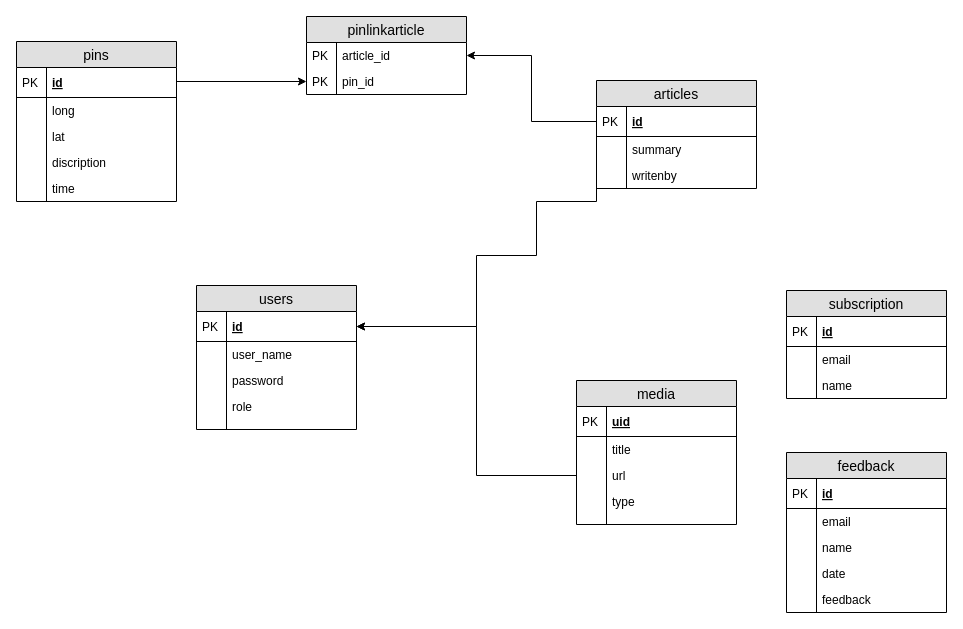
Before: documentation/databaseDiagram.drawio in CurtisPreston99/TuriteaWebResources, a draw.io diagram. Source tidied: cells renumbered, new cells numbered last; positions are measured from the earlier drawing's top-left corner, leaving out a move shared by most shapes. Both pictures are drawn from the tidied source at 100%, with x=0, y=0 at pixel (16, 16).
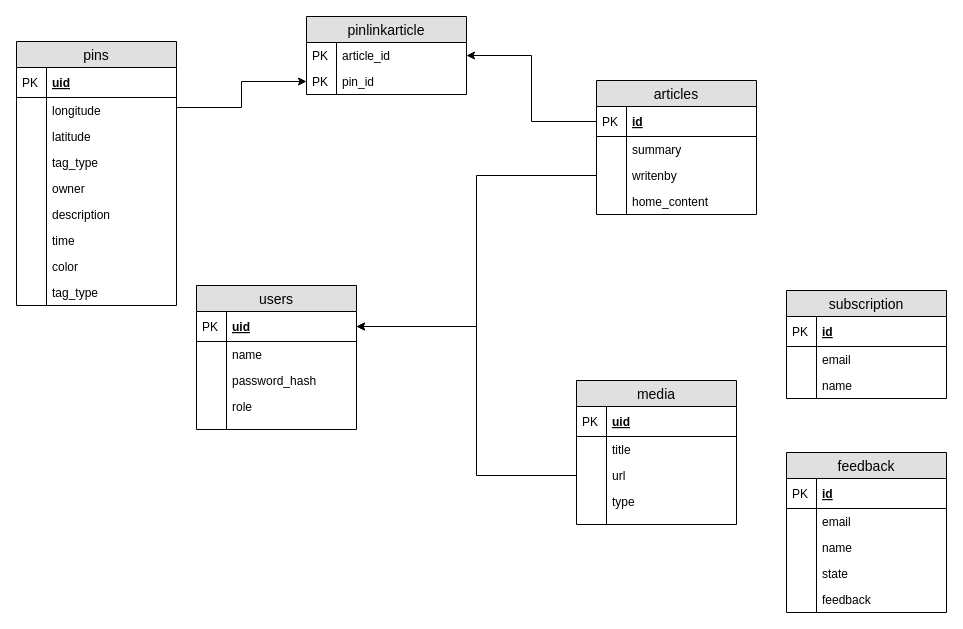
After the change.

Commit message (it also covers changes not shown here):
updated database diagram, adding naturalist data

The change refers to these unchanged cells:
```xml
<mxCell id="7" value="writenby" style="shape=partialRectangle;top=0;left=0;right=0;bottom=0;align=left;verticalAlign=top;fillColor=none;spacingLeft=34;spacingRight=4;overflow=hidden;points=[[0,0.5],[1,0.5]];portConstraint=eastwest;fontSize=12;" parent="2" vertex="1">
  <mxGeometry y="82" width="160" height="26" as="geometry" />
</mxCell>
<mxCell id="21" value="users" style="swimlane;fontStyle=0;horizontal=1;startSize=26;fillColor=#e0e0e0;swimlaneFillColor=#ffffff;align=center;fontSize=14;" parent="1" vertex="1">
  <mxGeometry x="180" y="269" width="160" height="144" as="geometry" />
</mxCell>
<mxCell id="52" value="feedback" style="swimlane;fontStyle=0;horizontal=1;startSize=26;fillColor=#e0e0e0;swimlaneFillColor=#ffffff;align=center;fontSize=14;" parent="1" vertex="1">
  <mxGeometry x="770" y="436" width="160" height="160" as="geometry" />
</mxCell>
```

Diff of the diagram source:
```diff
@@
     <mxCell id="2" value="articles" style="swimlane;fontStyle=0;horizontal=1;startSize=26;fillColor=#e0e0e0;swimlaneFillColor=#ffffff;align=center;fontSize=14;" parent="1" vertex="1">
-      <mxGeometry x="580" y="64" width="160" height="108" as="geometry" />
+      <mxGeometry x="580" y="64" width="160" height="134" as="geometry" />
     </mxCell>
@@
+    <mxCell id="69" value="home_content" style="shape=partialRectangle;top=0;left=0;right=0;bottom=0;align=left;verticalAlign=top;fillColor=none;spacingLeft=34;spacingRight=4;overflow=hidden;fontSize=12;" parent="2" vertex="1">
+      <mxGeometry y="108" width="160" height="26" as="geometry" />
+    </mxCell>
+    <mxCell id="70" style="shape=partialRectangle;top=0;left=0;bottom=0;fillColor=none;align=left;verticalAlign=top;spacingLeft=4;spacingRight=4;overflow=hidden;fontSize=12;" parent="69" vertex="1">
+      <mxGeometry width="30" height="26" as="geometry" />
+    </mxCell>
@@
     <mxCell id="10" value="pins" style="swimlane;fontStyle=0;horizontal=1;startSize=26;fillColor=#e0e0e0;swimlaneFillColor=#ffffff;align=center;fontSize=14;" parent="1" vertex="1">
-      <mxGeometry y="25" width="160" height="160" as="geometry" />
+      <mxGeometry y="25" width="160" height="264" as="geometry" />
     </mxCell>
-    <mxCell id="11" value="id" style="shape=partialRectangle;top=0;left=0;right=0;bottom=1;align=left;verticalAlign=middle;fillColor=none;spacingLeft=34;spacingRight=4;overflow=hidden;fontStyle=5;fontSize=12;" parent="10" vertex="1">
+    <mxCell id="11" value="uid" style="shape=partialRectangle;top=0;left=0;right=0;bottom=1;align=left;verticalAlign=middle;fillColor=none;spacingLeft=34;spacingRight=4;overflow=hidden;fontStyle=5;fontSize=12;" parent="10" vertex="1">
       <mxGeometry y="26" width="160" height="30" as="geometry" />
     </mxCell>
@@
-    <mxCell id="13" value="long" style="shape=partialRectangle;top=0;left=0;right=0;bottom=0;align=left;verticalAlign=top;fillColor=none;spacingLeft=34;spacingRight=4;overflow=hidden;fontSize=12;" parent="10" vertex="1">
+    <mxCell id="13" value="longitude" style="shape=partialRectangle;top=0;left=0;right=0;bottom=0;align=left;verticalAlign=top;fillColor=none;spacingLeft=34;spacingRight=4;overflow=hidden;fontSize=12;" parent="10" vertex="1">
       <mxGeometry y="56" width="160" height="26" as="geometry" />
     </mxCell>
@@
-    <mxCell id="15" value="lat" style="shape=partialRectangle;top=0;left=0;right=0;bottom=0;align=left;verticalAlign=top;fillColor=none;spacingLeft=34;spacingRight=4;overflow=hidden;fontSize=12;" parent="10" vertex="1">
+    <mxCell id="15" value="latitude" style="shape=partialRectangle;top=0;left=0;right=0;bottom=0;align=left;verticalAlign=top;fillColor=none;spacingLeft=34;spacingRight=4;overflow=hidden;fontSize=12;" parent="10" vertex="1">
       <mxGeometry y="82" width="160" height="26" as="geometry" />
     </mxCell>
@@
+    <mxCell id="71" value="tag_type" style="shape=partialRectangle;top=0;left=0;right=0;bottom=0;align=left;verticalAlign=top;fillColor=none;spacingLeft=34;spacingRight=4;overflow=hidden;fontSize=12;" parent="10" vertex="1">
+      <mxGeometry y="108" width="160" height="26" as="geometry" />
+    </mxCell>
+    <mxCell id="72" style="shape=partialRectangle;top=0;left=0;bottom=0;fillColor=none;align=left;verticalAlign=top;spacingLeft=4;spacingRight=4;overflow=hidden;fontSize=12;" parent="71" vertex="1">
+      <mxGeometry width="30" height="26" as="geometry" />
+    </mxCell>
+    <mxCell id="73" value="owner" style="shape=partialRectangle;top=0;left=0;right=0;bottom=0;align=left;verticalAlign=top;fillColor=none;spacingLeft=34;spacingRight=4;overflow=hidden;fontSize=12;" parent="10" vertex="1">
+      <mxGeometry y="134" width="160" height="26" as="geometry" />
+    </mxCell>
+    <mxCell id="74" style="shape=partialRectangle;top=0;left=0;bottom=0;fillColor=none;align=left;verticalAlign=top;spacingLeft=4;spacingRight=4;overflow=hidden;fontSize=12;" parent="73" vertex="1">
+      <mxGeometry width="30" height="26" as="geometry" />
+    </mxCell>
-    <mxCell id="17" value="discription" style="shape=partialRectangle;top=0;left=0;right=0;bottom=0;align=left;verticalAlign=top;fillColor=none;spacingLeft=34;spacingRight=4;overflow=hidden;fontSize=12;" parent="10" vertex="1">
-      <mxGeometry y="108" width="160" height="26" as="geometry" />
+    <mxCell id="17" value="description" style="shape=partialRectangle;top=0;left=0;right=0;bottom=0;align=left;verticalAlign=top;fillColor=none;spacingLeft=34;spacingRight=4;overflow=hidden;fontSize=12;" parent="10" vertex="1">
+      <mxGeometry y="160" width="160" height="26" as="geometry" />
     </mxCell>
@@
     <mxCell id="19" value="time" style="shape=partialRectangle;top=0;left=0;right=0;bottom=0;align=left;verticalAlign=top;fillColor=none;spacingLeft=34;spacingRight=4;overflow=hidden;fontSize=12;" parent="10" vertex="1">
-      <mxGeometry y="134" width="160" height="26" as="geometry" />
+      <mxGeometry y="186" width="160" height="26" as="geometry" />
     </mxCell>
@@
+    <mxCell id="75" value="color" style="shape=partialRectangle;top=0;left=0;right=0;bottom=0;align=left;verticalAlign=top;fillColor=none;spacingLeft=34;spacingRight=4;overflow=hidden;fontSize=12;" parent="10" vertex="1">
+      <mxGeometry y="212" width="160" height="26" as="geometry" />
+    </mxCell>
+    <mxCell id="76" style="shape=partialRectangle;top=0;left=0;bottom=0;fillColor=none;align=left;verticalAlign=top;spacingLeft=4;spacingRight=4;overflow=hidden;fontSize=12;" parent="75" vertex="1">
+      <mxGeometry width="30" height="26" as="geometry" />
+    </mxCell>
+    <mxCell id="77" value="tag_type" style="shape=partialRectangle;top=0;left=0;right=0;bottom=0;align=left;verticalAlign=top;fillColor=none;spacingLeft=34;spacingRight=4;overflow=hidden;fontSize=12;" parent="10" vertex="1">
+      <mxGeometry y="238" width="160" height="26" as="geometry" />
+    </mxCell>
+    <mxCell id="78" style="shape=partialRectangle;top=0;left=0;bottom=0;fillColor=none;align=left;verticalAlign=top;spacingLeft=4;spacingRight=4;overflow=hidden;fontSize=12;" parent="77" vertex="1">
+      <mxGeometry width="30" height="26" as="geometry" />
+    </mxCell>
@@
-    <mxCell id="22" value="id" style="shape=partialRectangle;top=0;left=0;right=0;bottom=1;align=left;verticalAlign=middle;fillColor=none;spacingLeft=34;spacingRight=4;overflow=hidden;points=[[0,0.5],[1,0.5]];portConstraint=eastwest;fontStyle=5;fontSize=12;" parent="21" vertex="1">
+    <mxCell id="22" value="uid" style="shape=partialRectangle;top=0;left=0;right=0;bottom=1;align=left;verticalAlign=middle;fillColor=none;spacingLeft=34;spacingRight=4;overflow=hidden;points=[[0,0.5],[1,0.5]];portConstraint=eastwest;fontStyle=5;fontSize=12;" parent="21" vertex="1">
       <mxGeometry y="26" width="160" height="30" as="geometry" />
     </mxCell>
@@
-    <mxCell id="24" value="user_name" style="shape=partialRectangle;top=0;left=0;right=0;bottom=0;align=left;verticalAlign=top;fillColor=none;spacingLeft=34;spacingRight=4;overflow=hidden;fontSize=12;" parent="21" vertex="1">
+    <mxCell id="24" value="name" style="shape=partialRectangle;top=0;left=0;right=0;bottom=0;align=left;verticalAlign=top;fillColor=none;spacingLeft=34;spacingRight=4;overflow=hidden;fontSize=12;" parent="21" vertex="1">
       <mxGeometry y="56" width="160" height="26" as="geometry" />
     </mxCell>
@@
-    <mxCell id="26" value="password" style="shape=partialRectangle;top=0;left=0;right=0;bottom=0;align=left;verticalAlign=top;fillColor=none;spacingLeft=34;spacingRight=4;overflow=hidden;fontSize=12;" parent="21" vertex="1">
+    <mxCell id="26" value="password_hash" style="shape=partialRectangle;top=0;left=0;right=0;bottom=0;align=left;verticalAlign=top;fillColor=none;spacingLeft=34;spacingRight=4;overflow=hidden;fontSize=12;" parent="21" vertex="1">
       <mxGeometry y="82" width="160" height="26" as="geometry" />
     </mxCell>
@@
-    <mxCell id="43" style="edgeStyle=orthogonalEdgeStyle;rounded=0;jettySize=auto;html=1;exitX=0;exitY=0.5;exitDx=0;exitDy=0;entryX=1;entryY=0.5;entryDx=0;entryDy=0;" parent="1" edge="1" source="7" target="22">
-      <mxGeometry relative="1" as="geometry">
-        <Array as="points">
-          <mxPoint x="520" y="185" />
-          <mxPoint x="520" y="239" />
-          <mxPoint x="460" y="239" />
-          <mxPoint x="460" y="310" />
-        </Array>
-      </mxGeometry>
-    </mxCell>
@@
-    <mxCell id="59" value="date" style="shape=partialRectangle;top=0;left=0;right=0;bottom=0;align=left;verticalAlign=top;fillColor=none;spacingLeft=34;spacingRight=4;overflow=hidden;fontSize=12;" parent="52" vertex="1">
-      <mxGeometry y="108" width="160" height="26" as="geometry" />
-    </mxCell>
-    <mxCell id="60" style="shape=partialRectangle;top=0;left=0;bottom=0;fillColor=none;align=left;verticalAlign=top;spacingLeft=4;spacingRight=4;overflow=hidden;fontSize=12;" parent="59" vertex="1">
-      <mxGeometry width="30" height="26" as="geometry" />
-    </mxCell>
+    <mxCell id="79" value="state" style="shape=partialRectangle;top=0;left=0;right=0;bottom=0;align=left;verticalAlign=top;fillColor=none;spacingLeft=34;spacingRight=4;overflow=hidden;fontSize=12;" parent="52" vertex="1">
+      <mxGeometry y="108" width="160" height="26" as="geometry" />
+    </mxCell>
+    <mxCell id="80" style="shape=partialRectangle;top=0;left=0;bottom=0;fillColor=none;align=left;verticalAlign=top;spacingLeft=4;spacingRight=4;overflow=hidden;fontSize=12;" parent="79" vertex="1">
+      <mxGeometry width="30" height="26" as="geometry" />
+    </mxCell>
@@
+    <mxCell id="43" style="edgeStyle=orthogonalEdgeStyle;rounded=0;jettySize=auto;html=1;exitX=0;exitY=0.5;exitDx=0;exitDy=0;entryX=1;entryY=0.5;entryDx=0;entryDy=0;" parent="1" edge="1" source="7" target="22">
+      <mxGeometry relative="1" as="geometry" />
+    </mxCell>
```
